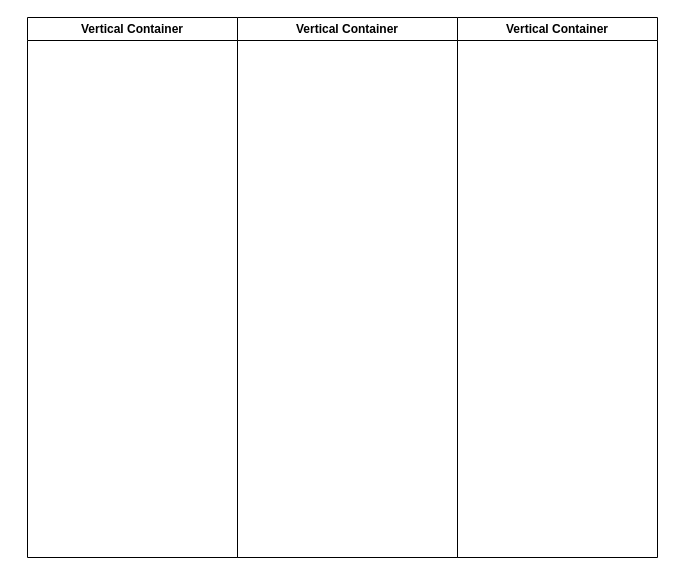
Before: qunar/海外站-分销泳道图.drawio in cy22-y/qunar, a draw.io diagram. Source tidied: cells renumbered, new cells numbered last; positions are measured from the earlier drawing's top-left corner, leaving out a move shared by most shapes. Both pictures are drawn from the tidied source at 100%, with x=0, y=0 at pixel (27, 17).
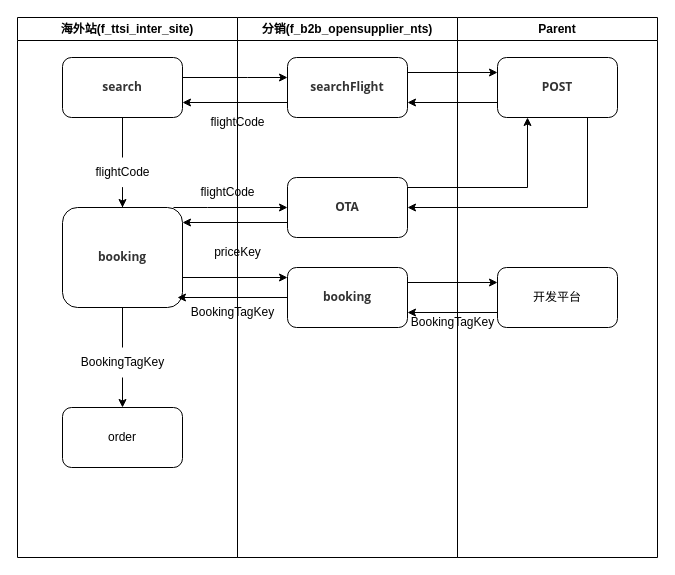
The same diagram, later.

Commit message:
更新海外站-分销泳道图.drawio

The edit, as a diff of the source:
```diff
@@
-    <mxCell id="2" value="Vertical Container" style="swimlane;whiteSpace=wrap;html=1;" parent="1" vertex="1">
-      <mxGeometry width="210" height="540" as="geometry" />
+    <mxCell id="2" value="海外站(f_ttsi_inter_site)" style="swimlane;whiteSpace=wrap;html=1;" parent="1" vertex="1">
+      <mxGeometry x="-10" width="220" height="540" as="geometry" />
     </mxCell>
+    <mxCell id="5" style="edgeStyle=orthogonalEdgeStyle;rounded=0;jettySize=auto;html=1;entryX=0.5;entryY=0;entryDx=0;entryDy=0;startArrow=none;" parent="2" edge="1" source="10" target="8">
+      <mxGeometry relative="1" as="geometry" />
+    </mxCell>
+    <mxCell id="6" value="&lt;h5 style=&quot;box-sizing: border-box; break-after: avoid-page; break-inside: avoid; orphans: 4; font-size: 1em; margin-top: 1rem; margin-bottom: 1rem; position: relative; line-height: 1.4; cursor: text; caret-color: rgb(51, 51, 51); color: rgb(51, 51, 51); font-family: &amp;quot;Open Sans&amp;quot;, &amp;quot;Clear Sans&amp;quot;, &amp;quot;Helvetica Neue&amp;quot;, Helvetica, Arial, &amp;quot;Segoe UI Emoji&amp;quot;, sans-serif; text-align: start; background-color: rgb(255, 255, 255);&quot; class=&quot;md-end-block md-heading md-focus&quot;&gt;&lt;span style=&quot;box-sizing: border-box;&quot; class=&quot;md-plain md-expand&quot;&gt;search&lt;/span&gt;&lt;/h5&gt;" style="rounded=1;whiteSpace=wrap;html=1;align=center;" parent="2" vertex="1">
+      <mxGeometry x="45" y="40" width="120" height="60" as="geometry" />
+    </mxCell>
+    <mxCell id="7" style="edgeStyle=orthogonalEdgeStyle;rounded=0;jettySize=auto;html=1;entryX=0.5;entryY=0;entryDx=0;entryDy=0;startArrow=none;" parent="2" edge="1" source="13" target="12">
+      <mxGeometry relative="1" as="geometry" />
+    </mxCell>
+    <mxCell id="8" value="&lt;h5 style=&quot;box-sizing: border-box; break-after: avoid-page; break-inside: avoid; orphans: 4; font-size: 1em; margin-top: 1rem; margin-bottom: 1rem; position: relative; line-height: 1.4; cursor: text; caret-color: rgb(51, 51, 51); color: rgb(51, 51, 51); font-family: &amp;quot;Open Sans&amp;quot;, &amp;quot;Clear Sans&amp;quot;, &amp;quot;Helvetica Neue&amp;quot;, Helvetica, Arial, &amp;quot;Segoe UI Emoji&amp;quot;, sans-serif; text-align: start; background-color: rgb(255, 255, 255);&quot; class=&quot;md-end-block md-heading md-focus&quot;&gt;&lt;span style=&quot;box-sizing: border-box;&quot; class=&quot;md-plain md-expand&quot;&gt;booking&lt;/span&gt;&lt;/h5&gt;" style="rounded=1;whiteSpace=wrap;html=1;align=center;" parent="2" vertex="1">
+      <mxGeometry x="45" y="190" width="120" height="100" as="geometry" />
+    </mxCell>
+    <mxCell id="9" value="flightCode" style="text;html=1;align=center;verticalAlign=middle;strokeColor=none;fillColor=none;" parent="2" vertex="1">
+      <mxGeometry x="170" y="160" width="80" height="30" as="geometry" />
+    </mxCell>
+    <mxCell id="10" value="flightCode&lt;br&gt;" style="text;html=1;align=center;verticalAlign=middle;points=[];strokeColor=none;fillColor=none;" parent="2" vertex="1">
+      <mxGeometry x="65" y="140" width="80" height="30" as="geometry" />
+    </mxCell>
+    <mxCell id="11" style="edgeStyle=orthogonalEdgeStyle;rounded=0;jettySize=auto;html=1;entryX=0.5;entryY=0;entryDx=0;entryDy=0;endArrow=none;" parent="2" edge="1" source="6" target="10">
+      <mxGeometry relative="1" as="geometry" />
+    </mxCell>
+    <mxCell id="12" value="order" style="rounded=1;whiteSpace=wrap;html=1;" parent="2" vertex="1">
+      <mxGeometry x="45" y="390" width="120" height="60" as="geometry" />
+    </mxCell>
+    <mxCell id="13" value="BookingTagKey" style="text;html=1;align=center;verticalAlign=middle;points=[];strokeColor=none;fillColor=none;" parent="2" vertex="1">
+      <mxGeometry x="50" y="330" width="110" height="30" as="geometry" />
+    </mxCell>
+    <mxCell id="14" style="edgeStyle=orthogonalEdgeStyle;rounded=0;jettySize=auto;html=1;entryX=0.5;entryY=0;entryDx=0;entryDy=0;endArrow=none;" parent="2" edge="1" source="8" target="13">
+      <mxGeometry relative="1" as="geometry" />
+    </mxCell>
-    <mxCell id="3" value="Vertical Container" style="swimlane;whiteSpace=wrap;html=1;" parent="1" vertex="1">
+    <mxCell id="3" value="分销(f_b2b_opensupplier_nts)" style="swimlane;whiteSpace=wrap;html=1;" parent="1" vertex="1">
       <mxGeometry x="210" width="220" height="540" as="geometry" />
     </mxCell>
+    <mxCell id="15" value="&lt;h5 style=&quot;box-sizing: border-box; break-after: avoid-page; break-inside: avoid; orphans: 4; font-size: 1em; margin-top: 1rem; margin-bottom: 1rem; position: relative; line-height: 1.4; cursor: text; caret-color: rgb(51, 51, 51); color: rgb(51, 51, 51); font-family: &amp;quot;Open Sans&amp;quot;, &amp;quot;Clear Sans&amp;quot;, &amp;quot;Helvetica Neue&amp;quot;, Helvetica, Arial, &amp;quot;Segoe UI Emoji&amp;quot;, sans-serif; text-align: start; background-color: rgb(255, 255, 255);&quot; class=&quot;md-end-block md-heading md-focus&quot;&gt;&lt;span style=&quot;box-sizing: border-box;&quot; class=&quot;md-plain md-expand&quot;&gt;searchFlight&lt;/span&gt;&lt;/h5&gt;" style="rounded=1;whiteSpace=wrap;html=1;" parent="3" vertex="1">
+      <mxGeometry x="50" y="40" width="120" height="60" as="geometry" />
+    </mxCell>
+    <mxCell id="16" value="&lt;h5 style=&quot;box-sizing: border-box; break-after: avoid-page; break-inside: avoid; orphans: 4; font-size: 1em; margin-top: 1rem; margin-bottom: 1rem; position: relative; line-height: 1.4; cursor: text; caret-color: rgb(51, 51, 51); color: rgb(51, 51, 51); font-family: &amp;quot;Open Sans&amp;quot;, &amp;quot;Clear Sans&amp;quot;, &amp;quot;Helvetica Neue&amp;quot;, Helvetica, Arial, &amp;quot;Segoe UI Emoji&amp;quot;, sans-serif; text-align: start; background-color: rgb(255, 255, 255);&quot; class=&quot;md-end-block md-heading md-focus&quot;&gt;&lt;span style=&quot;box-sizing: border-box;&quot; class=&quot;md-plain md-expand&quot;&gt;OTA&lt;/span&gt;&lt;/h5&gt;" style="rounded=1;whiteSpace=wrap;html=1;" parent="3" vertex="1">
+      <mxGeometry x="50" y="160" width="120" height="60" as="geometry" />
+    </mxCell>
+    <mxCell id="17" value="flightCode" style="text;html=1;align=center;verticalAlign=middle;strokeColor=none;fillColor=none;" parent="3" vertex="1">
+      <mxGeometry x="-40" y="90" width="80" height="30" as="geometry" />
+    </mxCell>
+    <mxCell id="18" value="&lt;h5 style=&quot;box-sizing: border-box; break-after: avoid-page; break-inside: avoid; orphans: 4; font-size: 1em; margin-top: 1rem; margin-bottom: 1rem; position: relative; line-height: 1.4; cursor: text; caret-color: rgb(51, 51, 51); color: rgb(51, 51, 51); font-family: &amp;quot;Open Sans&amp;quot;, &amp;quot;Clear Sans&amp;quot;, &amp;quot;Helvetica Neue&amp;quot;, Helvetica, Arial, &amp;quot;Segoe UI Emoji&amp;quot;, sans-serif; text-align: start; background-color: rgb(255, 255, 255);&quot; class=&quot;md-end-block md-heading md-focus&quot;&gt;&lt;span style=&quot;box-sizing: border-box;&quot; class=&quot;md-plain md-expand&quot;&gt;booking&lt;/span&gt;&lt;/h5&gt;" style="rounded=1;whiteSpace=wrap;html=1;" parent="3" vertex="1">
+      <mxGeometry x="50" y="250" width="120" height="60" as="geometry" />
+    </mxCell>
+    <mxCell id="19" value="priceKey" style="text;html=1;align=center;verticalAlign=middle;strokeColor=none;fillColor=none;" parent="3" vertex="1">
+      <mxGeometry x="-35" y="220" width="70" height="30" as="geometry" />
+    </mxCell>
+    <mxCell id="20" value="BookingTagKey" style="text;html=1;align=center;verticalAlign=middle;strokeColor=none;fillColor=none;" parent="3" vertex="1">
+      <mxGeometry x="-60" y="280" width="110" height="30" as="geometry" />
+    </mxCell>
+    <mxCell id="21" value="BookingTagKey" style="text;html=1;align=center;verticalAlign=middle;strokeColor=none;fillColor=none;" parent="3" vertex="1">
+      <mxGeometry x="160" y="290" width="110" height="30" as="geometry" />
+    </mxCell>
-    <mxCell id="4" value="Vertical Container" style="swimlane;whiteSpace=wrap;html=1;" parent="1" vertex="1">
+    <mxCell id="4" value="Parent" style="swimlane;whiteSpace=wrap;html=1;" parent="1" vertex="1">
       <mxGeometry x="430" width="200" height="540" as="geometry" />
     </mxCell>
+    <mxCell id="22" value="&lt;h5 style=&quot;box-sizing: border-box; break-after: avoid-page; break-inside: avoid; orphans: 4; font-size: 1em; margin-top: 1rem; margin-bottom: 1rem; position: relative; line-height: 1.4; cursor: text; caret-color: rgb(51, 51, 51); color: rgb(51, 51, 51); font-family: &amp;quot;Open Sans&amp;quot;, &amp;quot;Clear Sans&amp;quot;, &amp;quot;Helvetica Neue&amp;quot;, Helvetica, Arial, &amp;quot;Segoe UI Emoji&amp;quot;, sans-serif; text-align: start; background-color: rgb(255, 255, 255);&quot; class=&quot;md-end-block md-heading md-focus&quot;&gt;&lt;span style=&quot;box-sizing: border-box;&quot; class=&quot;md-plain md-expand&quot;&gt;POST&lt;/span&gt;&lt;/h5&gt;" style="rounded=1;whiteSpace=wrap;html=1;" parent="4" vertex="1">
+      <mxGeometry x="40" y="40" width="120" height="60" as="geometry" />
+    </mxCell>
+    <mxCell id="23" value="开发平台" style="rounded=1;whiteSpace=wrap;html=1;" parent="4" vertex="1">
+      <mxGeometry x="40" y="250" width="120" height="60" as="geometry" />
+    </mxCell>
+    <mxCell id="24" style="edgeStyle=orthogonalEdgeStyle;rounded=0;jettySize=auto;html=1;" parent="1" edge="1" source="6" target="15">
+      <mxGeometry relative="1" as="geometry">
+        <Array as="points">
+          <mxPoint x="220" y="60" />
+          <mxPoint x="220" y="60" />
+        </Array>
+      </mxGeometry>
+    </mxCell>
+    <mxCell id="25" style="edgeStyle=orthogonalEdgeStyle;rounded=0;jettySize=auto;html=1;exitX=0;exitY=0.75;exitDx=0;exitDy=0;entryX=1;entryY=0.75;entryDx=0;entryDy=0;" parent="1" edge="1" source="22" target="15">
+      <mxGeometry relative="1" as="geometry" />
+    </mxCell>
+    <mxCell id="26" style="edgeStyle=orthogonalEdgeStyle;rounded=0;jettySize=auto;html=1;exitX=1;exitY=0.25;exitDx=0;exitDy=0;entryX=0;entryY=0.25;entryDx=0;entryDy=0;" parent="1" edge="1" source="15" target="22">
+      <mxGeometry relative="1" as="geometry" />
+    </mxCell>
+    <mxCell id="27" style="edgeStyle=orthogonalEdgeStyle;rounded=0;jettySize=auto;html=1;exitX=0;exitY=0.75;exitDx=0;exitDy=0;entryX=1;entryY=0.75;entryDx=0;entryDy=0;" parent="1" edge="1" source="15" target="6">
+      <mxGeometry relative="1" as="geometry" />
+    </mxCell>
+    <mxCell id="28" style="edgeStyle=orthogonalEdgeStyle;rounded=0;jettySize=auto;html=1;entryX=0.25;entryY=1;entryDx=0;entryDy=0;" parent="1" edge="1" source="16" target="22">
+      <mxGeometry relative="1" as="geometry">
+        <Array as="points">
+          <mxPoint x="500" y="170" />
+        </Array>
+      </mxGeometry>
+    </mxCell>
+    <mxCell id="29" style="edgeStyle=orthogonalEdgeStyle;rounded=0;jettySize=auto;html=1;exitX=0.75;exitY=1;exitDx=0;exitDy=0;entryX=1;entryY=0.5;entryDx=0;entryDy=0;" parent="1" edge="1" source="22" target="16">
+      <mxGeometry relative="1" as="geometry" />
+    </mxCell>
+    <mxCell id="30" style="edgeStyle=orthogonalEdgeStyle;rounded=0;jettySize=auto;html=1;exitX=1;exitY=0.75;exitDx=0;exitDy=0;" parent="1" edge="1" source="8">
+      <mxGeometry relative="1" as="geometry">
+        <mxPoint x="260" y="260" as="targetPoint" />
+        <Array as="points">
+          <mxPoint x="260" y="260" />
+        </Array>
+      </mxGeometry>
+    </mxCell>
+    <mxCell id="31" style="edgeStyle=orthogonalEdgeStyle;rounded=0;jettySize=auto;html=1;exitX=0.925;exitY=0;exitDx=0;exitDy=0;exitPerimeter=0;" parent="1" edge="1" source="8" target="16">
+      <mxGeometry relative="1" as="geometry">
+        <Array as="points">
+          <mxPoint x="180" y="190" />
+          <mxPoint x="180" y="190" />
+        </Array>
+      </mxGeometry>
+    </mxCell>
+    <mxCell id="32" style="edgeStyle=orthogonalEdgeStyle;rounded=0;jettySize=auto;html=1;exitX=0;exitY=0.75;exitDx=0;exitDy=0;entryX=1;entryY=0.15;entryDx=0;entryDy=0;entryPerimeter=0;" parent="1" edge="1" source="16" target="8">
+      <mxGeometry relative="1" as="geometry" />
+    </mxCell>
+    <mxCell id="33" style="edgeStyle=orthogonalEdgeStyle;rounded=0;jettySize=auto;html=1;entryX=0.958;entryY=0.9;entryDx=0;entryDy=0;entryPerimeter=0;" parent="1" edge="1" source="18" target="8">
+      <mxGeometry relative="1" as="geometry" />
+    </mxCell>
+    <mxCell id="34" style="edgeStyle=orthogonalEdgeStyle;rounded=0;jettySize=auto;html=1;exitX=1;exitY=0.25;exitDx=0;exitDy=0;entryX=0;entryY=0.25;entryDx=0;entryDy=0;" parent="1" edge="1" source="18" target="23">
+      <mxGeometry relative="1" as="geometry" />
+    </mxCell>
+    <mxCell id="35" style="edgeStyle=orthogonalEdgeStyle;rounded=0;jettySize=auto;html=1;exitX=0;exitY=0.75;exitDx=0;exitDy=0;entryX=1;entryY=0.75;entryDx=0;entryDy=0;" parent="1" edge="1" source="23" target="18">
+      <mxGeometry relative="1" as="geometry" />
+    </mxCell>
```
